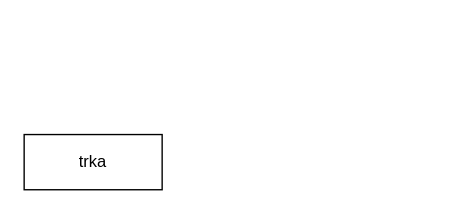
Earlier version of the draw.io diagram aud2_zad2.drawio (loramarku9/BAZInaPODATOCI). Source tidied: cells renumbered, new cells numbered last; positions are measured from the earlier drawing's top-left corner, leaving out a move shared by most shapes. Both pictures are drawn from the tidied source at 138%, with x=0, y=0 at pixel (23, 134).
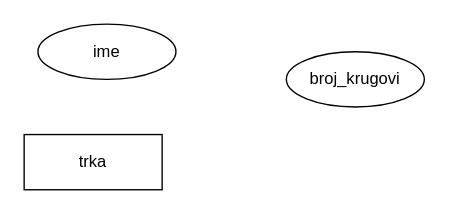
Above is the later version.

What changed in the source:
```diff
@@
 <mxGraphModel>
   <root>
     <mxCell id="0" />
     <mxCell id="1" parent="0" />
     <mxCell id="2" value="trka" style="whiteSpace=wrap;html=1;align=center;" parent="1" vertex="1">
       <mxGeometry width="100" height="40" as="geometry" />
     </mxCell>
+    <mxCell id="3" value="broj_krugovi" style="ellipse;whiteSpace=wrap;html=1;align=center;" parent="1" vertex="1">
+      <mxGeometry x="190" y="-60" width="100" height="40" as="geometry" />
+    </mxCell>
+    <mxCell id="4" value="ime" style="ellipse;whiteSpace=wrap;html=1;align=center;" parent="1" vertex="1">
+      <mxGeometry x="10" y="-80" width="100" height="40" as="geometry" />
+    </mxCell>
   </root>
 </mxGraphModel>
```
